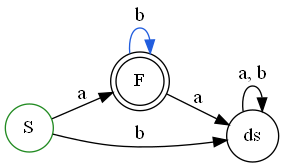
Above: Chapter 05 DFA/vizTool.png in morazanm/ATFL4CS-CODE (Graphviz), before the change. Its source is kept beside it as Chapter 05 DFA/vizTool.dot.
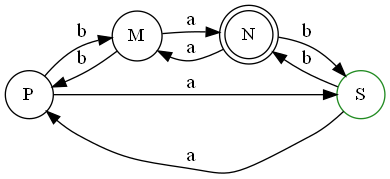
Above is the later version.

What changed in the source:
```diff
@@ -1,11 +1,15 @@
 digraph G {
     rankdir="LR";
-    F [label="F", fillcolor="transparent", style="filled", shape="doublecircle"];
-    S [label="S", shape="circle", color="forestgreen"];
-    ds [label="ds", shape="circle", color="black"];
-    S -> F [label="a", fontsize=15];
-    S -> ds [label="b", fontsize=15];
-    F -> ds [label="a", fontsize=15];
-    F -> F [color="#215dde", fontsize=15, label="b"];
-    ds -> ds [label="a, b", fontsize=15];
+    P [label="P", shape="circle", color="black"];
+    N [label="N", shape="doublecircle", color="black"];
+    M [label="M", shape="circle", color="black"];
+    S [label="S", fillcolor="transparent", style="filled", shape="circle", color="forestgreen"];
+    S -> P [label="a", fontsize=15];
+    S -> N [label="b", fontsize=15];
+    M -> N [label="a", fontsize=15];
+    M -> P [label="b", fontsize=15];
+    N -> M [label="a", fontsize=15];
+    N -> S [label="b", fontsize=15];
+    P -> S [label="a", fontsize=15];
+    P -> M [label="b", fontsize=15];
 }
```
